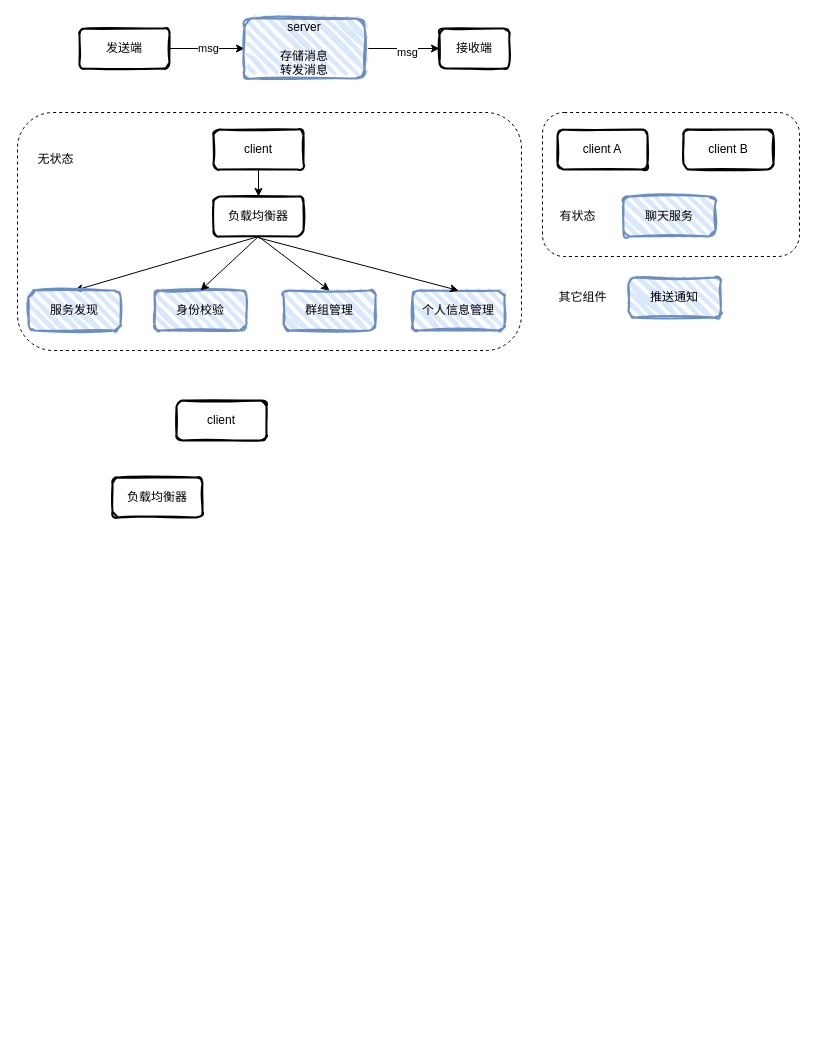
Earlier version of the draw.io diagram 聊天系统.drawio (Fireplusplus/img). Source tidied: cells renumbered, new cells numbered last; positions are measured from the earlier drawing's top-left corner, leaving out a move shared by most shapes. Both pictures are drawn from the tidied source at 100%, with x=0, y=0 at pixel (17, 18).
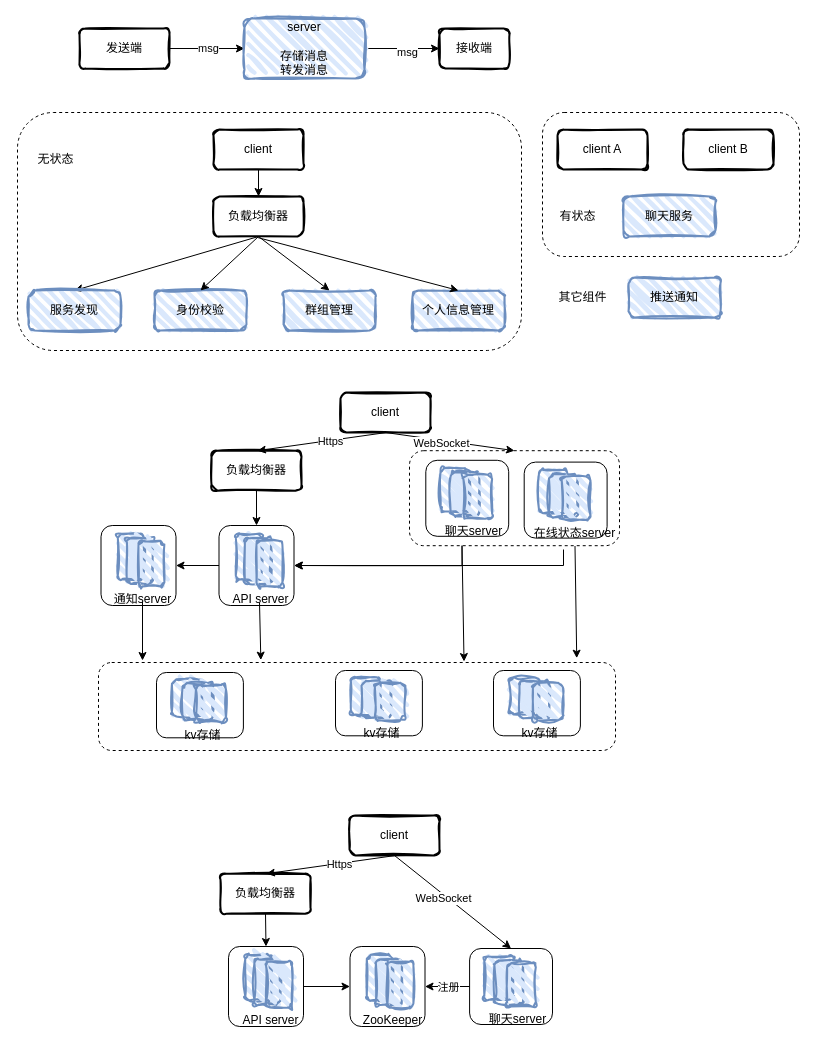
After the change.

Commit message (it also covers changes not shown here):
更新聊天系统.drawio

What changed in the source:
```diff
@@
+    <mxCell id="31" style="rounded=1;whiteSpace=wrap;html=1;strokeWidth=1;fillWeight=4;hachureGap=8;hachureAngle=45;fillColor=none;dashed=1;fontSize=12;fontStyle=0;" parent="1" vertex="1">
+      <mxGeometry x="81" y="644" width="517" height="88" as="geometry" />
+    </mxCell>
@@
+    <mxCell id="32" style="rounded=0;orthogonalLoop=1;jettySize=auto;html=1;exitX=0.5;exitY=1;exitDx=0;exitDy=0;entryX=0.5;entryY=0;entryDx=0;entryDy=0;" parent="1" edge="1">
+      <mxGeometry relative="1" as="geometry">
+        <mxPoint x="369" y="414" as="sourcePoint" />
+        <mxPoint x="240" y="432.2" as="targetPoint" />
+      </mxGeometry>
+    </mxCell>
+    <mxCell id="33" value="Https" style="edgeLabel;html=1;align=center;verticalAlign=middle;" parent="32" vertex="1">
+      <mxGeometry x="-0.12" y="1" relative="1" as="geometry" />
+    </mxCell>
+    <mxCell id="34" style="rounded=0;jettySize=auto;html=1;exitX=0.5;exitY=1;exitDx=0;exitDy=0;entryX=0.5;entryY=0;entryDx=0;entryDy=0;" parent="1" edge="1" source="29" target="57">
+      <mxGeometry relative="1" as="geometry" />
+    </mxCell>
+    <mxCell id="35" value="WebSocket" style="edgeLabel;html=1;align=center;verticalAlign=middle;" parent="34" vertex="1">
+      <mxGeometry x="-0.14" y="-3" relative="1" as="geometry" />
+    </mxCell>
     <mxCell id="29" value="client" style="rounded=1;whiteSpace=wrap;html=1;strokeWidth=2;fillWeight=4;hachureGap=8;hachureAngle=45;fillColor=none;sketch=1;" parent="1" vertex="1">
-      <mxGeometry x="159" y="382" width="90" height="40" as="geometry" />
+      <mxGeometry x="323" y="374" width="90" height="40" as="geometry" />
     </mxCell>
+    <mxCell id="36" style="rounded=0;jettySize=auto;html=1;exitX=0.5;exitY=1;exitDx=0;exitDy=0;entryX=0.5;entryY=0;entryDx=0;entryDy=0;" parent="1" edge="1" source="30" target="44">
+      <mxGeometry relative="1" as="geometry" />
+    </mxCell>
     <mxCell id="30" value="负载均衡器" style="rounded=1;whiteSpace=wrap;html=1;strokeWidth=2;fillWeight=4;hachureGap=8;hachureAngle=45;fillColor=none;sketch=1;" parent="1" vertex="1">
-      <mxGeometry x="95" y="459" width="90" height="40" as="geometry" />
+      <mxGeometry x="194" y="432.2" width="90" height="40" as="geometry" />
     </mxCell>
+    <mxCell id="37" style="group;" parent="1" vertex="1">
+      <mxGeometry x="87" y="507" width="75" height="80" as="geometry" />
+    </mxCell>
+    <mxCell id="38" style="rounded=1;whiteSpace=wrap;html=1;strokeWidth=1;fillWeight=4;hachureGap=8;hachureAngle=45;fillColor=none;fontSize=12;fontStyle=0;" parent="37" vertex="1">
+      <mxGeometry x="-3.5" width="75" height="80" as="geometry" />
+    </mxCell>
+    <mxCell id="39" style="rounded=1;whiteSpace=wrap;html=1;strokeWidth=2;fillWeight=4;hachureGap=8;hachureAngle=45;fillColor=#dae8fc;strokeColor=#6c8ebf;sketch=1;curveFitting=1;jiggle=2;" parent="37" vertex="1">
+      <mxGeometry x="13.3" y="8.3" width="25.9" height="45.7" as="geometry" />
+    </mxCell>
+    <mxCell id="40" style="rounded=1;whiteSpace=wrap;html=1;strokeWidth=2;fillWeight=4;hachureGap=8;hachureAngle=45;fillColor=#dae8fc;strokeColor=#6c8ebf;sketch=1;curveFitting=1;jiggle=2;" parent="37" vertex="1">
+      <mxGeometry x="22.4" y="12.7" width="25.9" height="45.7" as="geometry" />
+    </mxCell>
+    <mxCell id="41" style="rounded=1;whiteSpace=wrap;html=1;strokeWidth=2;fillWeight=4;hachureGap=8;hachureAngle=45;fillColor=#dae8fc;strokeColor=#6c8ebf;sketch=1;curveFitting=1;jiggle=2;" parent="37" vertex="1">
+      <mxGeometry x="34" y="15.2" width="25.9" height="45.7" as="geometry" />
+    </mxCell>
+    <mxCell id="42" value="通知server" style="text;html=1;align=center;verticalAlign=middle;strokeColor=none;fillColor=none;" parent="37" vertex="1">
+      <mxGeometry y="61" width="75" height="26" as="geometry" />
+    </mxCell>
+    <mxCell id="43" style="group;" parent="1" vertex="1">
+      <mxGeometry x="205" y="507" width="75" height="87" as="geometry" />
+    </mxCell>
+    <mxCell id="44" style="rounded=1;whiteSpace=wrap;html=1;strokeWidth=1;fillWeight=4;hachureGap=8;hachureAngle=45;fillColor=none;fontSize=12;fontStyle=0;" parent="43" vertex="1">
+      <mxGeometry x="-3.5" width="75" height="80" as="geometry" />
+    </mxCell>
+    <mxCell id="45" style="rounded=1;whiteSpace=wrap;html=1;strokeWidth=2;fillWeight=4;hachureGap=8;hachureAngle=45;fillColor=#dae8fc;strokeColor=#6c8ebf;sketch=1;curveFitting=1;jiggle=2;" parent="43" vertex="1">
+      <mxGeometry x="13.3" y="8.3" width="25.9" height="45.7" as="geometry" />
+    </mxCell>
+    <mxCell id="46" style="rounded=1;whiteSpace=wrap;html=1;strokeWidth=2;fillWeight=4;hachureGap=8;hachureAngle=45;fillColor=#dae8fc;strokeColor=#6c8ebf;sketch=1;curveFitting=1;jiggle=2;" parent="43" vertex="1">
+      <mxGeometry x="22.4" y="12.7" width="25.9" height="45.7" as="geometry" />
+    </mxCell>
+    <mxCell id="47" style="rounded=1;whiteSpace=wrap;html=1;strokeWidth=2;fillWeight=4;hachureGap=8;hachureAngle=45;fillColor=#dae8fc;strokeColor=#6c8ebf;sketch=1;curveFitting=1;jiggle=2;" parent="43" vertex="1">
+      <mxGeometry x="34" y="15.2" width="25.9" height="45.7" as="geometry" />
+    </mxCell>
+    <mxCell id="48" value="API server" style="text;html=1;align=center;verticalAlign=middle;strokeColor=none;fillColor=none;" parent="43" vertex="1">
+      <mxGeometry x="1" y="61" width="74" height="26" as="geometry" />
+    </mxCell>
+    <mxCell id="49" style="rounded=0;jettySize=auto;html=1;entryX=0.314;entryY=-0.027;entryDx=0;entryDy=0;entryPerimeter=0;" parent="1" edge="1" target="31">
+      <mxGeometry relative="1" as="geometry">
+        <mxPoint x="242" y="584" as="sourcePoint" />
+      </mxGeometry>
+    </mxCell>
+    <mxCell id="50" style="rounded=0;jettySize=auto;html=1;entryX=0.925;entryY=-0.049;entryDx=0;entryDy=0;entryPerimeter=0;" parent="1" edge="1" source="63" target="31">
+      <mxGeometry relative="1" as="geometry" />
+    </mxCell>
+    <mxCell id="51" style="rounded=0;jettySize=auto;html=1;exitX=0.25;exitY=1;exitDx=0;exitDy=0;entryX=0.707;entryY=-0.011;entryDx=0;entryDy=0;entryPerimeter=0;" parent="1" edge="1" source="57" target="31">
+      <mxGeometry relative="1" as="geometry" />
+    </mxCell>
+    <mxCell id="52" style="rounded=1;whiteSpace=wrap;html=1;strokeWidth=1;fillWeight=4;hachureGap=8;hachureAngle=45;fillColor=none;fontSize=12;fontStyle=0;" parent="1" vertex="1">
+      <mxGeometry x="408.3" y="441.8" width="82.9" height="76" as="geometry" />
+    </mxCell>
+    <mxCell id="53" style="rounded=1;whiteSpace=wrap;html=1;strokeWidth=2;fillWeight=4;hachureGap=8;hachureAngle=45;fillColor=#dae8fc;strokeColor=#6c8ebf;sketch=1;curveFitting=1;jiggle=2;" parent="1" vertex="1">
+      <mxGeometry x="423" y="449.6" width="28.7" height="43.4" as="geometry" />
+    </mxCell>
+    <mxCell id="54" style="rounded=1;whiteSpace=wrap;html=1;strokeWidth=2;fillWeight=4;hachureGap=8;hachureAngle=45;fillColor=#dae8fc;strokeColor=#6c8ebf;sketch=1;curveFitting=1;jiggle=2;" parent="1" vertex="1">
+      <mxGeometry x="433.1" y="453.8" width="28.7" height="43.4" as="geometry" />
+    </mxCell>
+    <mxCell id="55" style="rounded=1;whiteSpace=wrap;html=1;strokeWidth=2;fillWeight=4;hachureGap=8;hachureAngle=45;fillColor=#dae8fc;strokeColor=#6c8ebf;sketch=1;curveFitting=1;jiggle=2;" parent="1" vertex="1">
+      <mxGeometry x="445.9" y="456.2" width="28.7" height="43.4" as="geometry" />
+    </mxCell>
+    <mxCell id="56" value="聊天server" style="text;html=1;align=center;verticalAlign=middle;strokeColor=none;fillColor=none;" parent="1" vertex="1">
+      <mxGeometry x="418.7" y="499.7" width="75" height="26" as="geometry" />
+    </mxCell>
+    <mxCell id="57" style="rounded=1;whiteSpace=wrap;html=1;strokeWidth=1;fillWeight=4;hachureGap=8;hachureAngle=45;fillColor=none;dashed=1;fontSize=12;fontStyle=0;" parent="1" vertex="1">
+      <mxGeometry x="392" y="432.2" width="210" height="95" as="geometry" />
+    </mxCell>
+    <mxCell id="58" style="rounded=1;whiteSpace=wrap;html=1;strokeWidth=1;fillWeight=4;hachureGap=8;hachureAngle=45;fillColor=none;fontSize=12;fontStyle=0;" parent="1" vertex="1">
+      <mxGeometry x="506.7" y="443.6" width="82.9" height="76" as="geometry" />
+    </mxCell>
+    <mxCell id="59" style="rounded=1;whiteSpace=wrap;html=1;strokeWidth=2;fillWeight=4;hachureGap=8;hachureAngle=45;fillColor=#dae8fc;strokeColor=#6c8ebf;sketch=1;curveFitting=1;jiggle=2;" parent="1" vertex="1">
+      <mxGeometry x="521.4" y="451.4" width="28.7" height="43.4" as="geometry" />
+    </mxCell>
+    <mxCell id="60" style="rounded=1;whiteSpace=wrap;html=1;strokeWidth=2;fillWeight=4;hachureGap=8;hachureAngle=45;fillColor=#dae8fc;strokeColor=#6c8ebf;sketch=1;curveFitting=1;jiggle=2;" parent="1" vertex="1">
+      <mxGeometry x="531.5" y="455.6" width="28.7" height="43.4" as="geometry" />
+    </mxCell>
+    <mxCell id="61" style="edgeStyle=orthogonalEdgeStyle;rounded=0;jettySize=auto;html=1;exitX=0.25;exitY=1;exitDx=0;exitDy=0;entryX=1;entryY=0.5;entryDx=0;entryDy=0;" parent="1" edge="1" source="57" target="44">
+      <mxGeometry relative="1" as="geometry" />
+    </mxCell>
+    <mxCell id="62" style="rounded=1;whiteSpace=wrap;html=1;strokeWidth=2;fillWeight=4;hachureGap=8;hachureAngle=45;fillColor=#dae8fc;strokeColor=#6c8ebf;sketch=1;curveFitting=1;jiggle=2;" parent="1" vertex="1">
+      <mxGeometry x="544.3" y="458" width="28.7" height="43.4" as="geometry" />
+    </mxCell>
+    <mxCell id="63" value="在线状态server" style="text;html=1;align=center;verticalAlign=middle;points=[];strokeColor=none;fillColor=none;" parent="1" vertex="1">
+      <mxGeometry x="507.8" y="501.5" width="99" height="26" as="geometry" />
+    </mxCell>
+    <mxCell id="64" style="edgeStyle=orthogonalEdgeStyle;rounded=0;orthogonalLoop=1;jettySize=auto;html=1;" parent="1" edge="1">
+      <mxGeometry relative="1" as="geometry">
+        <mxPoint x="546" y="531" as="sourcePoint" />
+        <mxPoint x="277" y="547" as="targetPoint" />
+        <Array as="points">
+          <mxPoint x="546" y="547" />
+        </Array>
+      </mxGeometry>
+    </mxCell>
+    <mxCell id="65" style="edgeStyle=orthogonalEdgeStyle;rounded=0;jettySize=auto;html=1;exitX=0;exitY=0.5;exitDx=0;exitDy=0;entryX=1;entryY=0.5;entryDx=0;entryDy=0;" parent="1" edge="1" source="44" target="38">
+      <mxGeometry relative="1" as="geometry" />
+    </mxCell>
+    <mxCell id="66" style="group;" parent="1" vertex="1">
+      <mxGeometry x="139" y="654" width="86.9" height="65.3" as="geometry" />
+    </mxCell>
+    <mxCell id="67" style="rounded=1;whiteSpace=wrap;html=1;strokeWidth=1;fillWeight=4;hachureGap=8;hachureAngle=45;fillColor=none;fontSize=12;fontStyle=0;" parent="66" vertex="1">
+      <mxGeometry width="86.9" height="65.3" as="geometry" />
+    </mxCell>
+    <mxCell id="68" style="rounded=1;whiteSpace=wrap;html=1;strokeWidth=2;fillWeight=4;hachureGap=8;hachureAngle=45;fillColor=#dae8fc;strokeColor=#6c8ebf;sketch=1;curveFitting=1;jiggle=2;" parent="66" vertex="1">
+      <mxGeometry x="15.4" y="6.7" width="30.1" height="37.3" as="geometry" />
+    </mxCell>
+    <mxCell id="69" style="rounded=1;whiteSpace=wrap;html=1;strokeWidth=2;fillWeight=4;hachureGap=8;hachureAngle=45;fillColor=#dae8fc;strokeColor=#6c8ebf;sketch=1;curveFitting=1;jiggle=2;" parent="66" vertex="1">
+      <mxGeometry x="26" y="10.4" width="30.1" height="37.3" as="geometry" />
+    </mxCell>
+    <mxCell id="70" style="rounded=1;whiteSpace=wrap;html=1;strokeWidth=2;fillWeight=4;hachureGap=8;hachureAngle=45;fillColor=#dae8fc;strokeColor=#6c8ebf;sketch=1;curveFitting=1;jiggle=2;" parent="66" vertex="1">
+      <mxGeometry x="39.4" y="12.4" width="30.1" height="37.3" as="geometry" />
+    </mxCell>
+    <mxCell id="71" value="kv存储" style="text;html=1;align=center;verticalAlign=middle;strokeColor=none;fillColor=none;" parent="66" vertex="1">
+      <mxGeometry x="19.1" y="49.7" width="54" height="26" as="geometry" />
+    </mxCell>
+    <mxCell id="72" style="group;" parent="1" vertex="1">
+      <mxGeometry x="318" y="652" width="86.9" height="65.3" as="geometry" />
+    </mxCell>
+    <mxCell id="73" style="rounded=1;whiteSpace=wrap;html=1;strokeWidth=1;fillWeight=4;hachureGap=8;hachureAngle=45;fillColor=none;fontSize=12;fontStyle=0;" parent="72" vertex="1">
+      <mxGeometry width="86.9" height="65.3" as="geometry" />
+    </mxCell>
+    <mxCell id="74" style="rounded=1;whiteSpace=wrap;html=1;strokeWidth=2;fillWeight=4;hachureGap=8;hachureAngle=45;fillColor=#dae8fc;strokeColor=#6c8ebf;sketch=1;curveFitting=1;jiggle=2;" parent="72" vertex="1">
+      <mxGeometry x="15.4" y="6.7" width="30.1" height="37.3" as="geometry" />
+    </mxCell>
+    <mxCell id="75" style="rounded=1;whiteSpace=wrap;html=1;strokeWidth=2;fillWeight=4;hachureGap=8;hachureAngle=45;fillColor=#dae8fc;strokeColor=#6c8ebf;sketch=1;curveFitting=1;jiggle=2;" parent="72" vertex="1">
+      <mxGeometry x="26" y="10.4" width="30.1" height="37.3" as="geometry" />
+    </mxCell>
+    <mxCell id="76" style="rounded=1;whiteSpace=wrap;html=1;strokeWidth=2;fillWeight=4;hachureGap=8;hachureAngle=45;fillColor=#dae8fc;strokeColor=#6c8ebf;sketch=1;curveFitting=1;jiggle=2;" parent="72" vertex="1">
+      <mxGeometry x="39.4" y="12.4" width="30.1" height="37.3" as="geometry" />
+    </mxCell>
+    <mxCell id="77" value="kv存储" style="text;html=1;align=center;verticalAlign=middle;strokeColor=none;fillColor=none;" parent="72" vertex="1">
+      <mxGeometry x="19.1" y="49.7" width="54" height="26" as="geometry" />
+    </mxCell>
+    <mxCell id="78" style="group;" parent="1" vertex="1">
+      <mxGeometry x="476" y="652" width="86.9" height="65.3" as="geometry" />
+    </mxCell>
+    <mxCell id="79" style="rounded=1;whiteSpace=wrap;html=1;strokeWidth=1;fillWeight=4;hachureGap=8;hachureAngle=45;fillColor=none;fontSize=12;fontStyle=0;" parent="78" vertex="1">
+      <mxGeometry width="86.9" height="65.3" as="geometry" />
+    </mxCell>
+    <mxCell id="80" style="rounded=1;whiteSpace=wrap;html=1;strokeWidth=2;fillWeight=4;hachureGap=8;hachureAngle=45;fillColor=#dae8fc;strokeColor=#6c8ebf;sketch=1;curveFitting=1;jiggle=2;" parent="78" vertex="1">
+      <mxGeometry x="15.4" y="6.7" width="30.1" height="37.3" as="geometry" />
+    </mxCell>
+    <mxCell id="81" style="rounded=1;whiteSpace=wrap;html=1;strokeWidth=2;fillWeight=4;hachureGap=8;hachureAngle=45;fillColor=#dae8fc;strokeColor=#6c8ebf;sketch=1;curveFitting=1;jiggle=2;" parent="78" vertex="1">
+      <mxGeometry x="26" y="10.4" width="30.1" height="37.3" as="geometry" />
+    </mxCell>
+    <mxCell id="82" style="rounded=1;whiteSpace=wrap;html=1;strokeWidth=2;fillWeight=4;hachureGap=8;hachureAngle=45;fillColor=#dae8fc;strokeColor=#6c8ebf;sketch=1;curveFitting=1;jiggle=2;" parent="78" vertex="1">
+      <mxGeometry x="39.4" y="12.4" width="30.1" height="37.3" as="geometry" />
+    </mxCell>
+    <mxCell id="83" value="kv存储" style="text;html=1;align=center;verticalAlign=middle;strokeColor=none;fillColor=none;" parent="78" vertex="1">
+      <mxGeometry x="19.1" y="49.7" width="54" height="26" as="geometry" />
+    </mxCell>
+    <mxCell id="84" style="rounded=0;orthogonalLoop=1;jettySize=auto;html=1;" parent="1" edge="1">
+      <mxGeometry relative="1" as="geometry">
+        <mxPoint x="125" y="583" as="sourcePoint" />
+        <mxPoint x="125" y="642" as="targetPoint" />
+      </mxGeometry>
+    </mxCell>
+    <mxCell id="85" style="rounded=0;orthogonalLoop=1;jettySize=auto;html=1;exitX=0.5;exitY=1;exitDx=0;exitDy=0;entryX=0.5;entryY=0;entryDx=0;entryDy=0;" parent="1" edge="1">
+      <mxGeometry relative="1" as="geometry">
+        <mxPoint x="378" y="837" as="sourcePoint" />
+        <mxPoint x="249" y="855.2" as="targetPoint" />
+      </mxGeometry>
+    </mxCell>
+    <mxCell id="86" value="Https" style="edgeLabel;html=1;align=center;verticalAlign=middle;" parent="85" vertex="1">
+      <mxGeometry x="-0.12" y="1" relative="1" as="geometry" />
+    </mxCell>
+    <mxCell id="87" style="rounded=0;jettySize=auto;html=1;exitX=0.5;exitY=1;exitDx=0;exitDy=0;entryX=0.5;entryY=0;entryDx=0;entryDy=0;" parent="1" edge="1" source="89" target="100">
+      <mxGeometry relative="1" as="geometry" />
+    </mxCell>
+    <mxCell id="88" value="WebSocket" style="edgeLabel;html=1;align=center;verticalAlign=middle;" parent="87" vertex="1">
+      <mxGeometry x="-0.14" y="-3" relative="1" as="geometry" />
+    </mxCell>
+    <mxCell id="89" value="client" style="rounded=1;whiteSpace=wrap;html=1;strokeWidth=2;fillWeight=4;hachureGap=8;hachureAngle=45;fillColor=none;sketch=1;" parent="1" vertex="1">
+      <mxGeometry x="332" y="797" width="90" height="40" as="geometry" />
+    </mxCell>
+    <mxCell id="90" style="rounded=0;jettySize=auto;html=1;exitX=0.5;exitY=1;exitDx=0;exitDy=0;entryX=0.5;entryY=0;entryDx=0;entryDy=0;" parent="1" edge="1" source="91" target="93">
+      <mxGeometry relative="1" as="geometry" />
+    </mxCell>
+    <mxCell id="91" value="负载均衡器" style="rounded=1;whiteSpace=wrap;html=1;strokeWidth=2;fillWeight=4;hachureGap=8;hachureAngle=45;fillColor=none;sketch=1;" parent="1" vertex="1">
+      <mxGeometry x="203" y="855.2" width="90" height="40" as="geometry" />
+    </mxCell>
+    <mxCell id="92" style="group;" parent="1" vertex="1">
+      <mxGeometry x="214.5" y="928" width="75" height="87" as="geometry" />
+    </mxCell>
+    <mxCell id="93" style="rounded=1;whiteSpace=wrap;html=1;strokeWidth=1;fillWeight=4;hachureGap=8;hachureAngle=45;fillColor=none;fontSize=12;fontStyle=0;" parent="92" vertex="1">
+      <mxGeometry x="-3.5" width="75" height="80" as="geometry" />
+    </mxCell>
+    <mxCell id="94" style="rounded=1;whiteSpace=wrap;html=1;strokeWidth=2;fillWeight=4;hachureGap=8;hachureAngle=45;fillColor=#dae8fc;strokeColor=#6c8ebf;sketch=1;curveFitting=1;jiggle=2;" parent="92" vertex="1">
+      <mxGeometry x="13.3" y="8.3" width="25.9" height="45.7" as="geometry" />
+    </mxCell>
+    <mxCell id="95" style="rounded=1;whiteSpace=wrap;html=1;strokeWidth=2;fillWeight=4;hachureGap=8;hachureAngle=45;fillColor=#dae8fc;strokeColor=#6c8ebf;sketch=1;curveFitting=1;jiggle=2;" parent="92" vertex="1">
+      <mxGeometry x="22.4" y="12.7" width="25.9" height="45.7" as="geometry" />
+    </mxCell>
+    <mxCell id="96" style="rounded=1;whiteSpace=wrap;html=1;strokeWidth=2;fillWeight=4;hachureGap=8;hachureAngle=45;fillColor=#dae8fc;strokeColor=#6c8ebf;sketch=1;curveFitting=1;jiggle=2;" parent="92" vertex="1">
+      <mxGeometry x="34" y="15.2" width="25.9" height="45.7" as="geometry" />
+    </mxCell>
+    <mxCell id="97" value="API server" style="text;html=1;align=center;verticalAlign=middle;strokeColor=none;fillColor=none;" parent="92" vertex="1">
+      <mxGeometry x="1" y="61" width="74" height="26" as="geometry" />
+    </mxCell>
+    <mxCell id="98" style="edgeStyle=orthogonalEdgeStyle;rounded=0;jettySize=auto;html=1;exitX=0;exitY=0.5;exitDx=0;exitDy=0;entryX=1;entryY=0.5;entryDx=0;entryDy=0;" parent="1" edge="1" source="100" target="106">
+      <mxGeometry relative="1" as="geometry" />
+    </mxCell>
+    <mxCell id="99" value="注册" style="edgeLabel;html=1;align=center;verticalAlign=middle;" parent="98" vertex="1">
+      <mxGeometry x="-0.03" relative="1" as="geometry" />
+    </mxCell>
+    <mxCell id="100" style="rounded=1;whiteSpace=wrap;html=1;strokeWidth=1;fillWeight=4;hachureGap=8;hachureAngle=45;fillColor=none;fontSize=12;fontStyle=0;" parent="1" vertex="1">
+      <mxGeometry x="452.1" y="930" width="82.9" height="76" as="geometry" />
+    </mxCell>
+    <mxCell id="101" style="rounded=1;whiteSpace=wrap;html=1;strokeWidth=2;fillWeight=4;hachureGap=8;hachureAngle=45;fillColor=#dae8fc;strokeColor=#6c8ebf;sketch=1;curveFitting=1;jiggle=2;" parent="1" vertex="1">
+      <mxGeometry x="466.8" y="937.9" width="28.7" height="43.4" as="geometry" />
+    </mxCell>
+    <mxCell id="102" style="rounded=1;whiteSpace=wrap;html=1;strokeWidth=2;fillWeight=4;hachureGap=8;hachureAngle=45;fillColor=#dae8fc;strokeColor=#6c8ebf;sketch=1;curveFitting=1;jiggle=2;" parent="1" vertex="1">
+      <mxGeometry x="476.9" y="942.1" width="28.7" height="43.4" as="geometry" />
+    </mxCell>
+    <mxCell id="103" style="rounded=1;whiteSpace=wrap;html=1;strokeWidth=2;fillWeight=4;hachureGap=8;hachureAngle=45;fillColor=#dae8fc;strokeColor=#6c8ebf;sketch=1;curveFitting=1;jiggle=2;" parent="1" vertex="1">
+      <mxGeometry x="489.6" y="944.5" width="28.7" height="43.4" as="geometry" />
+    </mxCell>
+    <mxCell id="104" value="聊天server" style="text;html=1;align=center;verticalAlign=middle;strokeColor=none;fillColor=none;" parent="1" vertex="1">
+      <mxGeometry x="462.5" y="987.9" width="75" height="26" as="geometry" />
+    </mxCell>
+    <mxCell id="105" style="group;" parent="1" vertex="1">
+      <mxGeometry x="336" y="928" width="77" height="87" as="geometry" />
+    </mxCell>
+    <mxCell id="106" style="rounded=1;whiteSpace=wrap;html=1;strokeWidth=1;fillWeight=4;hachureGap=8;hachureAngle=45;fillColor=none;fontSize=12;fontStyle=0;" parent="105" vertex="1">
+      <mxGeometry x="-3.5" width="75" height="80" as="geometry" />
+    </mxCell>
+    <mxCell id="107" style="rounded=1;whiteSpace=wrap;html=1;strokeWidth=2;fillWeight=4;hachureGap=8;hachureAngle=45;fillColor=#dae8fc;strokeColor=#6c8ebf;sketch=1;curveFitting=1;jiggle=2;" parent="105" vertex="1">
+      <mxGeometry x="13.3" y="8.3" width="25.9" height="45.7" as="geometry" />
+    </mxCell>
+    <mxCell id="108" style="rounded=1;whiteSpace=wrap;html=1;strokeWidth=2;fillWeight=4;hachureGap=8;hachureAngle=45;fillColor=#dae8fc;strokeColor=#6c8ebf;sketch=1;curveFitting=1;jiggle=2;" parent="105" vertex="1">
+      <mxGeometry x="22.4" y="12.7" width="25.9" height="45.7" as="geometry" />
+    </mxCell>
+    <mxCell id="109" style="rounded=1;whiteSpace=wrap;html=1;strokeWidth=2;fillWeight=4;hachureGap=8;hachureAngle=45;fillColor=#dae8fc;strokeColor=#6c8ebf;sketch=1;curveFitting=1;jiggle=2;" parent="105" vertex="1">
+      <mxGeometry x="34" y="15.2" width="25.9" height="45.7" as="geometry" />
+    </mxCell>
+    <mxCell id="110" value="ZooKeeper" style="text;html=1;align=center;verticalAlign=middle;strokeColor=none;fillColor=none;" parent="105" vertex="1">
+      <mxGeometry y="61" width="77" height="26" as="geometry" />
+    </mxCell>
+    <mxCell id="111" style="edgeStyle=orthogonalEdgeStyle;rounded=0;jettySize=auto;html=1;exitX=1;exitY=0.5;exitDx=0;exitDy=0;entryX=0;entryY=0.5;entryDx=0;entryDy=0;" parent="1" edge="1" source="93" target="106">
+      <mxGeometry relative="1" as="geometry" />
+    </mxCell>
```
